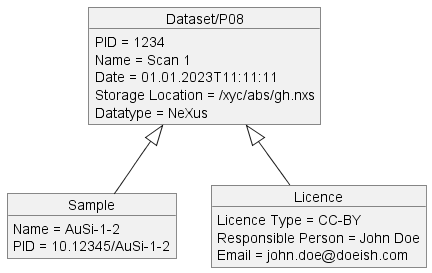
Before: classDiagram_minimalMetadateUseCaseP08.png, a diagram exported from PlantUML (PhilippJo/Metadataschema4DAPHNE).
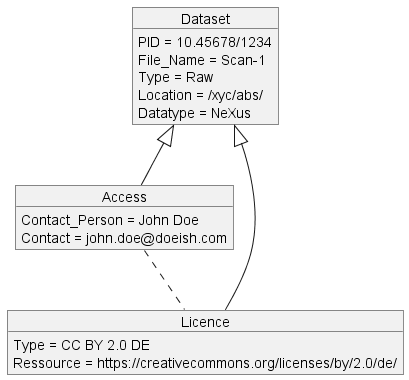
The same diagram one commit later.

Diff of the diagram source:
```diff
@@ -1,24 +1,21 @@
 @startUML
 
-
-object "Dataset/P08" as dset1
-object "Sample" as samp1
+object "Dataset" as dset1
+object "Access" as acs1
 object "Licence" as lic1
 
+dset1 : PID = 10.45678/1234
+dset1 : File_Name = Scan-1
+dset1 : Type = Raw
+dset1 : Location = /xyc/abs/
+dset1 : Datatype = NeXus
+acs1 : Contact_Person = John Doe
+acs1 : Contact = john.doe@doeish.com
+lic1 : Type = CC BY 2.0 DE
+lic1 : Ressource = https://creativecommons.org/licenses/by/2.0/de/
 
-dset1 : PID = 1234
-dset1 : Name = Scan 1
-dset1 : Date = 01.01.2023T11:11:11
-dset1 : Storage Location = /xyc/abs/gh.nxs
-dset1 : Datatype = NeXus
-samp1 : Name = AuSi-1-2
-samp1 : PID = 10.12345/AuSi-1-2
-lic1 : Licence Type = CC-BY
-lic1 : Responsible Person = John Doe
-lic1 : Email = john.doe@doeish.com
-
-
-dset1 <|-- samp1
+dset1 <|-- acs1
 dset1 <|-- lic1
+acs1 .. lic1
 
 @endUML
```
